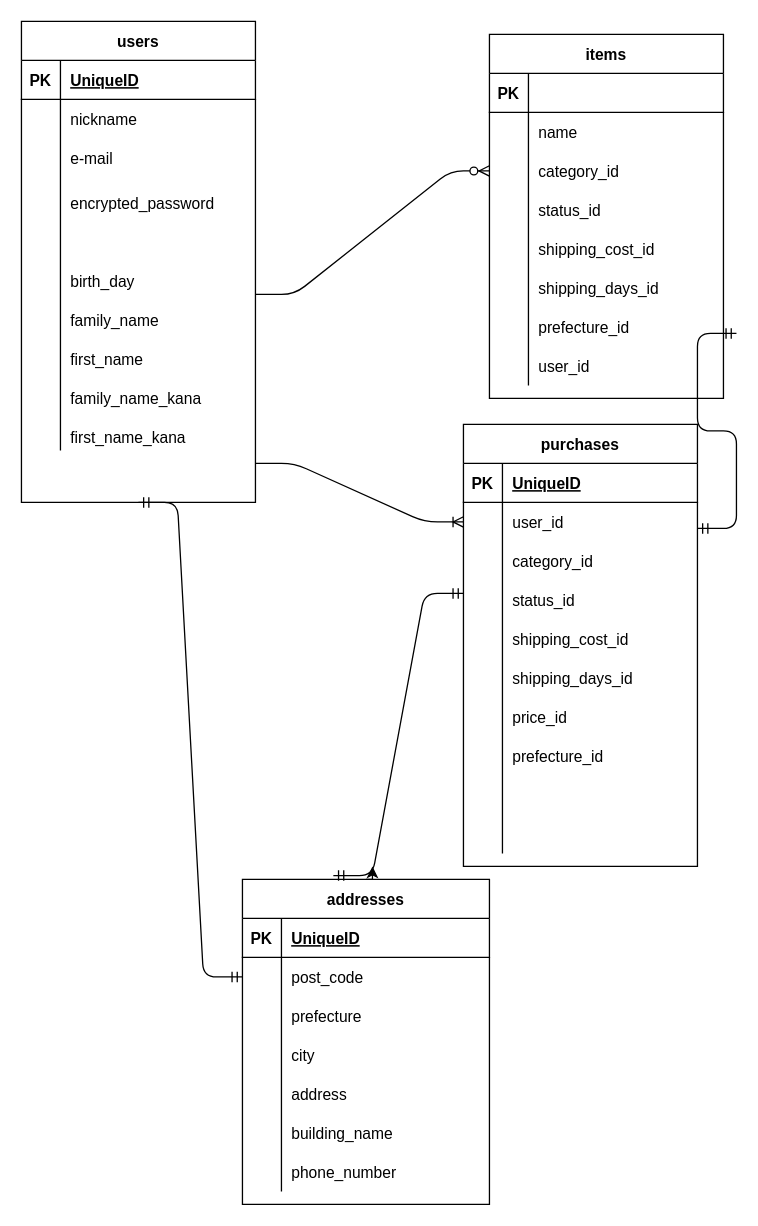
This is test.dio from tsizo/furima-34274, a draw.io file, before an edit. Source tidied: cells renumbered, new cells numbered last; positions are measured from the earlier drawing's top-left corner, leaving out a move shared by most shapes. Both pictures are drawn from the tidied source at 130%, with x=0, y=0 at pixel (21, 21).
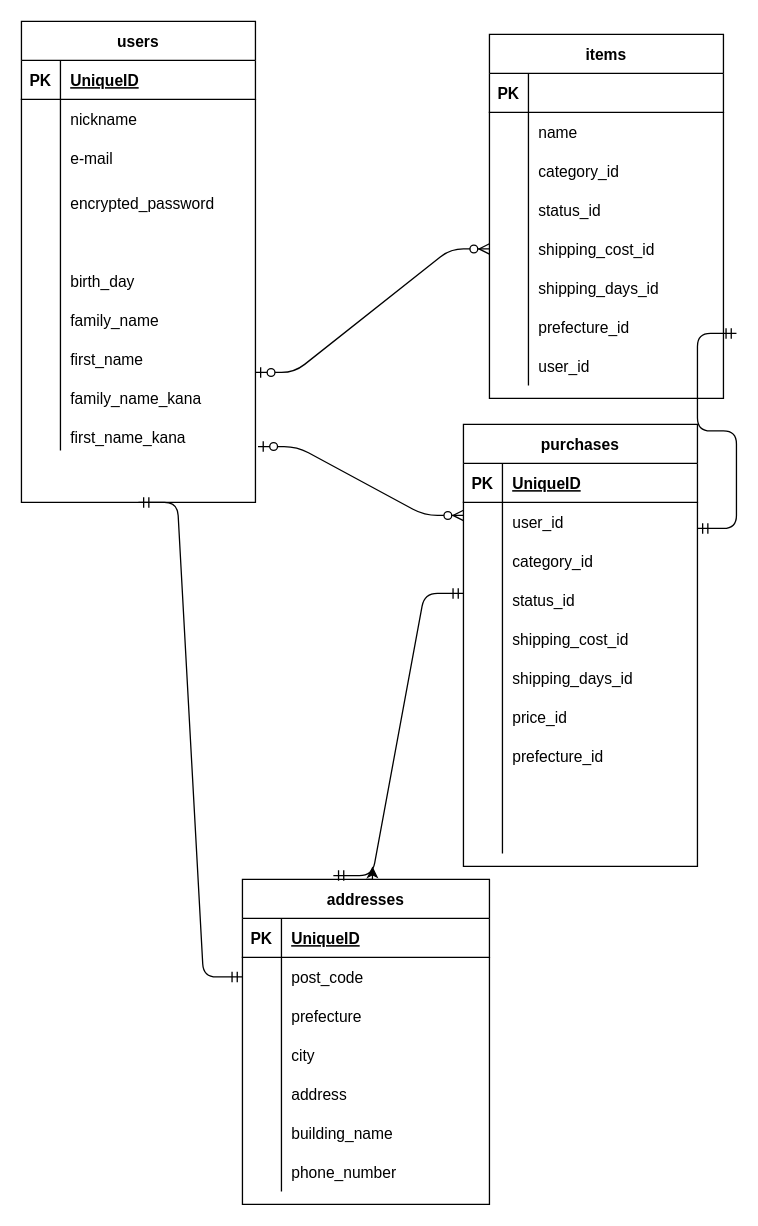
The same page after the edit.

Commit message (it also covers changes not shown here):
データベース修正3

Unchanged cells that the change refers to:
```xml
<mxCell id="31" style="shape=partialRectangle;fillColor=none;top=0;left=0;bottom=0;right=0;points=[[0,0.5],[1,0.5]];portConstraint=eastwest;" parent="3" vertex="1">
  <mxGeometry y="300" width="180" height="30" as="geometry" />
</mxCell>
<mxCell id="41" style="shape=partialRectangle;fillColor=none;top=0;left=0;bottom=0;right=0;points=[[0,0.5],[1,0.5]];portConstraint=eastwest;" parent="34" vertex="1">
  <mxGeometry y="90" width="180" height="30" as="geometry" />
</mxCell>
<mxCell id="47" style="shape=partialRectangle;fillColor=none;top=0;left=0;bottom=0;right=0;points=[[0,0.5],[1,0.5]];portConstraint=eastwest;" parent="34" vertex="1">
  <mxGeometry y="150" width="180" height="30" as="geometry" />
</mxCell>
<mxCell id="88" style="shape=partialRectangle;fillColor=none;top=0;left=0;bottom=0;right=0;points=[[0,0.5],[1,0.5]];portConstraint=eastwest;" parent="84" vertex="1">
  <mxGeometry y="60" width="180" height="30" as="geometry" />
</mxCell>
```

Change to the diagram source:
```diff
@@
-    <mxCell id="82" style="edgeStyle=entityRelationEdgeStyle;fontSize=12;html=1;endArrow=ERzeroToMany;endFill=1;entryX=0;entryY=0.5;entryDx=0;entryDy=0;" parent="1" edge="1" target="41">
-      <mxGeometry relative="1" as="geometry">
-        <mxPoint x="180" y="210" as="sourcePoint" />
-      </mxGeometry>
-    </mxCell>
@@
-    <mxCell id="115" style="edgeStyle=entityRelationEdgeStyle;fontSize=12;html=1;endArrow=ERoneToMany;entryX=0;entryY=0.5;entryDx=0;entryDy=0;" parent="1" edge="1" target="88">
-      <mxGeometry relative="1" as="geometry">
-        <mxPoint x="180" y="340" as="sourcePoint" />
-      </mxGeometry>
-    </mxCell>
@@
+    <mxCell id="118" style="edgeStyle=entityRelationEdgeStyle;fontSize=12;html=1;endArrow=ERzeroToMany;startArrow=ERzeroToOne;exitX=1.011;exitY=0.9;exitDx=0;exitDy=0;exitPerimeter=0;" parent="1" edge="1" source="31">
+      <mxGeometry relative="1" as="geometry">
+        <mxPoint x="340" y="380" as="targetPoint" />
+      </mxGeometry>
+    </mxCell>
+    <mxCell id="119" style="edgeStyle=entityRelationEdgeStyle;fontSize=12;html=1;endArrow=ERzeroToMany;startArrow=ERzeroToOne;entryX=0;entryY=0.5;entryDx=0;entryDy=0;" parent="1" edge="1" target="47">
+      <mxGeometry relative="1" as="geometry">
+        <mxPoint x="180" y="270" as="sourcePoint" />
+      </mxGeometry>
+    </mxCell>
```
